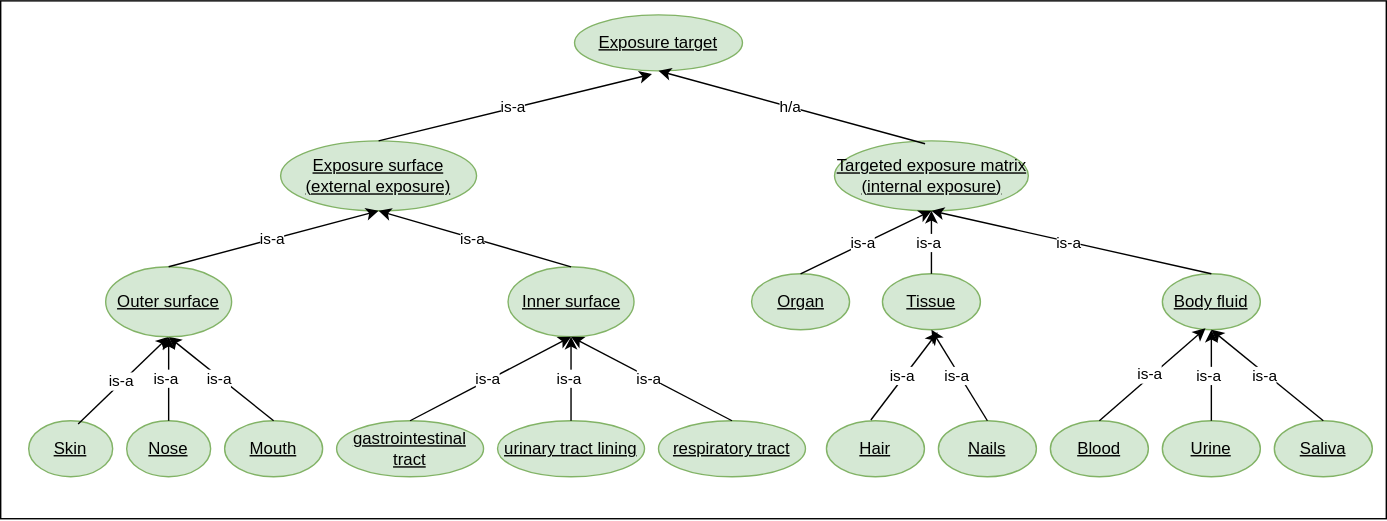
Above: diagrams/sub-group-exposure-surface.drawio.svg in eu-parc/aggregate-exposure-modelling (draw.io), before the change. Source tidied: cells renumbered, new cells last; positions are measured from the earlier drawing's top-left corner, leaving out a move shared by most shapes.
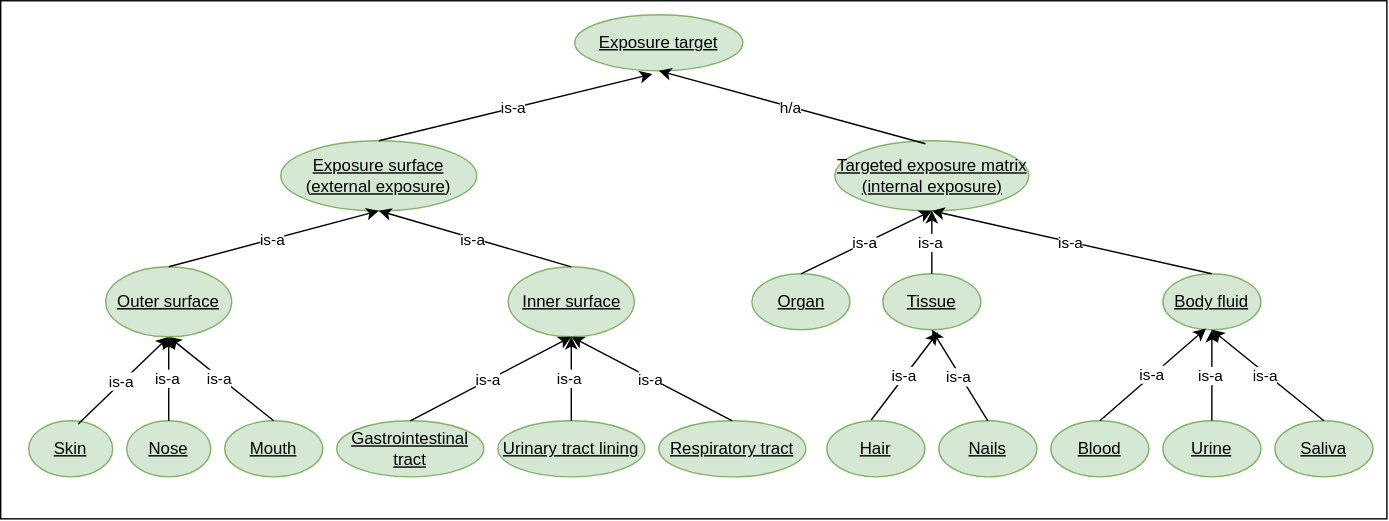
Later version of the same file.

The edit, as a diff of the source:
```diff
@@ -165,13 +165,13 @@
         <mxPoint x="-2" as="offset" />
       </mxGeometry>
     </mxCell>
-    <mxCell id="47" value="gastrointestinal tract" style="ellipse;whiteSpace=wrap;html=1;fillColor=#d5e8d4;strokeColor=#82b366;fontStyle=4;fontColor=#000000;" parent="1" vertex="1">
+    <mxCell id="47" value="Gastrointestinal tract" style="ellipse;whiteSpace=wrap;html=1;fillColor=#d5e8d4;strokeColor=#82b366;fontStyle=4;fontColor=#000000;" parent="1" vertex="1">
       <mxGeometry x="240" y="300" width="105" height="40" as="geometry" />
     </mxCell>
-    <mxCell id="48" value="respiratory tract" style="ellipse;whiteSpace=wrap;html=1;fillColor=#d5e8d4;strokeColor=#82b366;fontStyle=4;fontColor=#000000;" parent="1" vertex="1">
+    <mxCell id="48" value="Respiratory tract" style="ellipse;whiteSpace=wrap;html=1;fillColor=#d5e8d4;strokeColor=#82b366;fontStyle=4;fontColor=#000000;" parent="1" vertex="1">
       <mxGeometry x="470" y="300" width="105" height="40" as="geometry" />
     </mxCell>
-    <mxCell id="49" value="urinary tract lining" style="ellipse;whiteSpace=wrap;html=1;fillColor=#d5e8d4;strokeColor=#82b366;fontStyle=4;fontColor=#000000;" parent="1" vertex="1">
+    <mxCell id="49" value="Urinary tract lining" style="ellipse;whiteSpace=wrap;html=1;fillColor=#d5e8d4;strokeColor=#82b366;fontStyle=4;fontColor=#000000;" parent="1" vertex="1">
       <mxGeometry x="355" y="300" width="105" height="40" as="geometry" />
     </mxCell>
     <mxCell id="50" style="endArrow=classic;html=1;rounded=0;exitX=0.5;exitY=0;exitDx=0;exitDy=0;entryX=0.5;entryY=1;entryDx=0;entryDy=0;" parent="1" edge="1" source="48" target="42">
```
